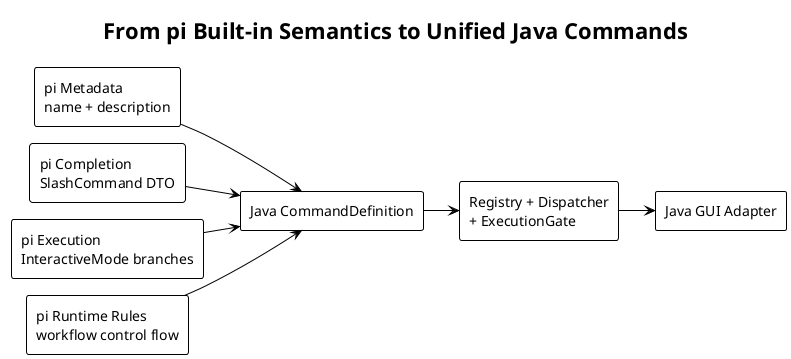
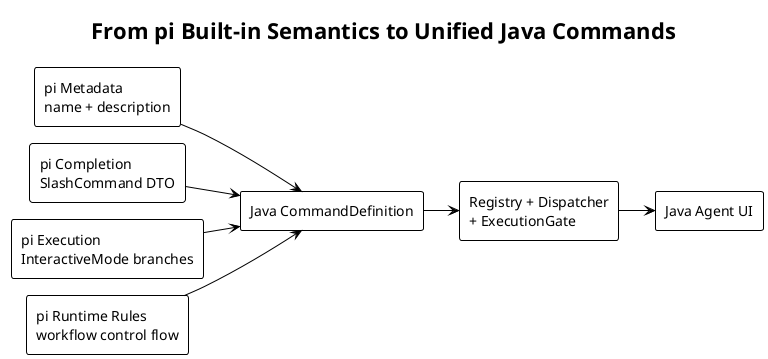
' Generated with PlantUML 1.2026.6
' Run from this directory: plantuml -tsvg diagram.puml

@startuml 01-source-to-target-overview
' pi source: packages/coding-agent/src/core/slash-commands.ts:13-40
' pi source: packages/coding-agent/src/modes/interactive/interactive-mode.ts:499-533,2541-2674
' Observed behavior: pi separates command metadata, completion, routing, and execution.
' Design reason: Java binds those concerns into one immutable command definition and one execution pipeline.
!theme plain
!pragma layout smetana
skinparam defaultFontName "SansSerif"
skinparam shadowing false
skinparam backgroundColor transparent
title From pi Built-in Semantics to Unified Java Commands

left to right direction
rectangle "pi Metadata\nname + description" as Metadata
rectangle "pi Completion\nSlashCommand DTO" as Completion
rectangle "pi Execution\nInteractiveMode branches" as Execution
rectangle "pi Runtime Rules\nworkflow control flow" as RuntimeRules
rectangle "Java CommandDefinition" as Definition
rectangle "Registry + Dispatcher\n+ ExecutionGate" as Core
- rectangle "Java GUI Adapter" as Clients
+ rectangle "Java Agent UI" as Clients

Metadata --> Definition
Completion --> Definition
Execution --> Definition
RuntimeRules --> Definition
Definition --> Core
Core --> Clients
@enduml

@startuml 02-pi-command-flow
' pi source: packages/coding-agent/src/core/slash-commands.ts:13-40
' pi source: packages/coding-agent/src/modes/interactive/interactive-mode.ts:499-570,2541-2715
' Observed behavior: Built-in metadata feeds completion while command strings select TUI workflows before ordinary prompt routing.
' Design reason: preserve the product order while making the split implementation visible.
!theme plain
!pragma layout smetana
skinparam defaultFontName "SansSerif"
skinparam shadowing false
skinparam backgroundColor transparent
title Current pi Built-in Command Flow

left to right direction
rectangle BUILTIN_SLASH_COMMANDS as Catalog
rectangle "Autocomplete Mapping" as Autocomplete
rectangle "Editor Submit" as Submit
rectangle "Command String Branches" as Branches
rectangle "Interactive Workflows" as Workflows
rectangle "Streaming and Compaction Routing" as RuntimeRouting
rectangle "Agent Prompt" as Agent

Catalog --> Autocomplete
Submit --> Branches
Branches --> Workflows : matched Built-in
Branches --> RuntimeRouting : not matched
RuntimeRouting --> Agent
@enduml

@startuml 03-target-architecture
' pi source: packages/coding-agent/src/modes/interactive/interactive-mode.ts:499-570,2541-2674
' Java source: frontend/src/App.vue:112-180
' Java source: frontend/src/chat/slashCommands.ts:13-122
' Java product constraint: all commands are implemented by trusted internal developers and installed once at startup.
' Java product constraint: GUI is the only target presentation surface.
' Design reason: use one command core behind GUI chat input, command palette, and buttons.
!theme plain
!pragma layout smetana
skinparam defaultFontName "SansSerif"
skinparam shadowing false
skinparam backgroundColor transparent
title Unified Java Command Architecture

top to bottom direction
package "Definition and Startup" {
  component CommandContributor as Contributor
  component CommandInstaller as Installer
  Contributor --> Installer
}

package "Command Core" {
  component CommandCatalogSnapshot as Snapshot
  component CommandParser as Parser
  component CommandDispatcher as Dispatcher
  component CommandExecutionGate as Gate
  component CommandCompletionService as Completion
  Parser --> Dispatcher
  Snapshot --> Dispatcher
  Dispatcher --> Gate
  Snapshot --> Completion
}

package "Command Implementation" {
  component CommandHandler as Handler
  component "Constructor-Injected\nApplication Services" as Services
  component "CommandInteraction\nand CommandOutput" as Ports
  Handler --> Services
  Handler --> Ports
  Gate --> Handler
}

- package "GUI Presentation" {
-   component "GUI Adapter" as GUI
+ package "Presentation" {
+   component "Agent UI" as GUI
  component "Chat Input" as ChatInput
  component "Command Palette\nand Buttons" as Actions
  component "Help View" as Help
  Completion --> GUI
  ChatInput --> GUI
  Actions --> GUI
  GUI --> Parser : text command
  GUI --> Dispatcher : structured invocation
  Snapshot --> Help
}

Installer --> Snapshot : publish once
@enduml

@startuml 04-unified-class-model
' pi source: packages/coding-agent/src/core/slash-commands.ts:13-40
' pi source: packages/coding-agent/src/modes/interactive/interactive-mode.ts:499-533,2541-2674
' Observed behavior: pi Built-in behavior consists of metadata, optional completion, workflow execution, and implicit runtime rules.
' Design reason: represent the complete Java command contract with one definition and no Built-in or Extension subtype.
' Java architecture change: shared and exclusive command concurrency is explicit because GUI entry points and async callbacks can overlap.
!theme plain
!pragma layout smetana
skinparam defaultFontName "SansSerif"
skinparam shadowing false
skinparam backgroundColor transparent
skinparam classAttributeIconSize 0
title Unified Java Command Class Model

interface CommandContributor {
  + commands(): List<CommandDefinition>
}

class CommandDefinition <<record>> {
  + String name
  + String description
  + CommandExecutionPolicy executionPolicy
  + Optional<CommandArgumentCompleter> argumentCompleter
  + CommandHandler handler
}

interface CommandHandler {
  + handle(invocation, context): CompletionStage<CommandExecutionResult>
}

interface CommandArgumentCompleter {
  + complete(prefix, context): CompletionStage<List<CommandCompletion>>
}

class CommandExecutionPolicy <<record>> {
  + CommandExecutionMode mode
  + CommandConcurrency concurrency
  + boolean userCancellable
  + Optional<Duration> timeout
}

enum CommandExecutionMode {
  IMMEDIATE
  REQUIRE_IDLE
  ABORT_AGENT_AND_RUN
  RUNTIME_TRANSITION
  SHUTDOWN
}

enum CommandConcurrency {
  SHARED
  EXCLUSIVE
}

note right of CommandConcurrency
  SHARED
  Can overlap with SHARED
  Conflicts with EXCLUSIVE

  EXCLUSIVE
  Conflicts with SHARED and EXCLUSIVE
  Only one holder
end note

class CommandInvocation <<record>> {
  + String rawInput
  + String name
  + String arguments
}

class CommandContext <<record>> {
  + CommandSession session
  + CommandInteraction interaction
  + CommandOutput output
  + CommandCancellation cancellation
}

class CommandExecutionResult <<record>> {
  + CommandOutcome outcome
  + Set<CommandRefreshHint> refreshHints
}

class CommandCatalogSnapshot <<immutable>>
class CommandInstaller
interface CommandRegistry
class CommandDispatcher
class CommandExecutionGate

CommandContributor "1" --> "1..*" CommandDefinition : declares
CommandDefinition "1" *-- "1" CommandExecutionPolicy
CommandDefinition "1" o-- "0..1" CommandArgumentCompleter
CommandDefinition "1" o-- "1" CommandHandler
CommandExecutionPolicy *-- CommandExecutionMode
CommandExecutionPolicy *-- CommandConcurrency
CommandInstaller ..> CommandContributor : collects
CommandInstaller --> CommandRegistry : installs once
CommandRegistry "1" *-- "1" CommandCatalogSnapshot
CommandCatalogSnapshot "1" *-- "1..*" CommandDefinition
CommandDispatcher --> CommandRegistry
CommandDispatcher --> CommandExecutionGate
CommandExecutionGate --> CommandExecutionPolicy
CommandDispatcher --> CommandHandler
CommandHandler ..> CommandInvocation
CommandHandler ..> CommandContext
CommandHandler ..> CommandExecutionResult
@enduml

@startuml 05-startup-installation
' pi source: packages/coding-agent/src/core/slash-commands.ts:18-40
' Java product constraint: the command set is static for one application process and has no dynamic command reload or unload.
' Design reason: validate a complete local candidate and publish exactly once, so failure needs no runtime rollback.
!theme plain
!pragma layout smetana
skinparam defaultFontName "SansSerif"
skinparam shadowing false
skinparam backgroundColor transparent
hide footbox
autonumber
title One-Time Command Installation

participant Spring as Spring
participant "Command Contributors" as Contributors
participant CommandInstaller as Installer
participant CommandRegistry as Registry

Spring -> Contributors : discover beans
Spring -> Installer : install(contributors)
Installer -> Contributors : collect definitions
Contributors --> Installer : command lists
Installer -> Installer : normalize optional completers
Installer -> Installer : validate fields and duplicate names
alt all definitions valid
  Installer -> Registry : publish immutable snapshot
  Registry --> Spring : startup ready
else invalid definition or conflict
  Installer --> Spring : fail startup with bean class diagnostics
  note over Registry
    Registry remains empty
    Startup reports the validation error
  end note
end
@enduml

@startuml 06-input-routing
' pi source: packages/coding-agent/src/modes/interactive/interactive-mode.ts:2541-2715
' pi source: packages/coding-agent/src/modes/rpc/rpc-types.ts:50-53
' pi source: packages/coding-agent/src/modes/rpc/rpc-mode.ts:548-559
' Java source: frontend/src/App.vue:112-180
' Java source: frontend/src/types/ws.ts:96-108
' Observed behavior: pi TUI parses Bash prefixes while pi RPC accepts a structured Bash request.
' Java product divergence: the GUI-only target has no Shell capability and does not parse Bash prefixes.
' Design reason: route GUI text through registered commands, Skills, and ordinary prompts only.
!theme plain
!pragma layout smetana
skinparam defaultFontName "SansSerif"
skinparam shadowing false
skinparam backgroundColor transparent
title Java GUI Input Routing

start
:GUI text input;
if (Registered command?) then (yes)
  :CommandDispatcher;
  :Return command result\nand finish input routing;
  stop
else (no)
  if (Skill Command?) then (yes)
    :Expand Skill;
  else (no)
    :Ordinary Prompt;
    ' Prompt Commands are intentionally unsupported.
    ' Unknown slash text remains ordinary prompt input.
    ' Future prompt assets use structured GUI actions.
    ' They do not participate in this text router.
  endif
  :Agent;
  stop
endif
@enduml

@startuml 07-dispatch-sequence
' pi source: packages/coding-agent/src/modes/interactive/interactive-mode.ts:2541-2674
' pi source: packages/coding-agent/src/core/agent-session.ts:1641-1645
' Java source: frontend/src/App.vue:142-180
' Design reason: centralize parsing, runtime admission, cancellation, failures, and refresh semantics for the Java GUI.
!theme plain
!pragma layout smetana
skinparam defaultFontName "SansSerif"
skinparam shadowing false
skinparam backgroundColor transparent
hide footbox
autonumber
title Unified Command Dispatch Sequence

actor User
- participant "GUI Adapter" as Client
+ participant "Agent UI" as Client
participant CommandParser as Parser
participant CommandDispatcher as Dispatcher
participant "Catalog Snapshot" as Catalog
participant CommandExecutionGate as Gate
participant CommandHandler as Handler

User -> Client : submit /reload
Client -> Parser : parse(rawInput)
Parser --> Client : CommandInvocation
Client -> Dispatcher : dispatch(invocation, context)
Dispatcher -> Catalog : find(name)
Catalog --> Dispatcher : CommandDefinition
Dispatcher -> Gate : acquire(policy, runtimeState)
alt execution admitted
  Gate -> Handler : handle(invocation, context)
  Handler --> Dispatcher : CommandExecutionResult
  Dispatcher --> Client : HANDLED + refreshHints
  Client -> Client : apply refresh hints
else runtime state rejects execution
  Gate --> Dispatcher : policy error code
  Dispatcher --> Client : FAILED + sanitized message
else handler fails
  Handler --> Dispatcher : exceptional completion
  Dispatcher --> Client : FAILED + correlationId
end
@enduml

@startuml 08-execution-modes
' pi source: packages/coding-agent/src/modes/interactive/interactive-mode.ts:2541-2674,5063-5071
' pi source: packages/coding-agent/src/core/agent-session.ts:1641-1645
' pi source: packages/coding-agent/src/core/agent-session-runtime.ts:167-175
' Observed behavior: pi commands use five distinct runtime control-flow patterns without a policy type.
' Design reason: a Java enum makes CommandExecutionGate exhaustive and prevents contradictory boolean combinations.
!theme plain
!pragma layout smetana
skinparam defaultFontName "SansSerif"
skinparam shadowing false
skinparam backgroundColor transparent
title Command Execution Modes Derived from pi

left to right direction
rectangle IMMEDIATE
rectangle REQUIRE_IDLE
rectangle ABORT_AGENT_AND_RUN
rectangle RUNTIME_TRANSITION
rectangle SHUTDOWN

rectangle "Run While Agent Active\nsession, hotkeys, copy" as Direct
rectangle "Idle Required\nreload" as Idle
rectangle "Abort Then Execute\ncompact" as Abort
rectangle "Replace Runtime\nnew, import, resume, fork, clone" as Transition
rectangle "Close Application\nquit" as Terminal

IMMEDIATE --> Direct
REQUIRE_IDLE --> Idle
ABORT_AGENT_AND_RUN --> Abort
RUNTIME_TRANSITION --> Transition
SHUTDOWN --> Terminal
@enduml

@startuml 09-completion-flow
' pi source: packages/coding-agent/src/modes/interactive/interactive-mode.ts:499-570
' Observed behavior: pi maps Built-in metadata into completion DTOs and attaches model argument completion separately.
' Java source: frontend/src/App.vue:112-140
' Design reason: Java binds optional argument completion to CommandDefinition and exposes one catalog to all GUI command views.
!theme plain
!pragma layout smetana
skinparam defaultFontName "SansSerif"
skinparam shadowing false
skinparam backgroundColor transparent
title Unified Command Completion Flow

left to right direction
rectangle CommandCatalogSnapshot as Catalog
rectangle "Command Name Filter" as NameFilter
rectangle "Resolved Command" as Resolved
rectangle CommandArgumentCompleter as Completer
rectangle "Completion Version Check" as VersionCheck
rectangle "GUI Slash Suggestions" as Suggestions
rectangle "GUI Command Palette" as Palette

Catalog --> NameFilter
NameFilter --> Suggestions : command-name stage
NameFilter --> Palette : command-name stage
Catalog --> Resolved : argument stage
Resolved --> Completer
Completer --> VersionCheck
VersionCheck --> Suggestions : latest request results
VersionCheck --> Palette : latest request results
@enduml

@startuml 10-client-adaptation
' pi source: packages/coding-agent/src/modes/interactive/interactive-mode.ts:2541-2674
' Java source: frontend/src/App.vue:142-180
' Java architecture change: Command handlers must not construct Vue, WebSocket, browser, or desktop-container components.
' Design reason: keep command behavior independent from GUI rendering and runtime capabilities.
!theme plain
!pragma layout smetana
skinparam defaultFontName "SansSerif"
skinparam shadowing false
skinparam backgroundColor transparent
- title GUI Command Adaptation
- 
- left to right direction
- component "GUI Adapter" as GUI
+ title Agent UI Command Interaction
+ 
+ left to right direction
+ component "Agent UI" as GUI
component CommandDispatcher as Dispatcher
component CommandHandler as Handler
component CommandInteraction as Interaction
component CommandOutput as Output
component CommandExecutionResult as Result
component "Application Services" as Services

GUI --> Dispatcher
Dispatcher --> Handler
Handler --> Interaction
Handler --> Output
Handler --> Services
Handler --> Result
Result --> GUI : apply refresh hints
@enduml

@startuml 11-new-command-development
' pi source: packages/coding-agent/src/core/slash-commands.ts:13-40
' Java target-only workflow: internal developers add commands through contributors instead of editing a central string router.
' Design reason: keep metadata, policy, completion, and execution together and make startup validation automatic.
!theme plain
!pragma layout smetana
skinparam defaultFontName "SansSerif"
skinparam shadowing false
skinparam backgroundColor transparent
title New Internal Command Development

left to right direction
rectangle "Application Service" as Service
rectangle "CommandHandler Bean" as Handler
rectangle "CommandDefinition" as Definition
rectangle "CommandContributor Bean" as Contributor
rectangle "Startup Validation" as Validation
rectangle "Command Catalog" as Catalog
rectangle "Java GUI" as Clients

Service --> Handler : constructor injection
Handler --> Definition
Definition --> Contributor
Contributor --> Validation
Validation --> Catalog
Catalog --> Clients
@enduml

@startuml 12-migration-path
' pi source: packages/coding-agent/src/modes/interactive/interactive-mode.ts:2541-2674
' Java current-state migration: old command classes and client-side command-name branches must move one command at a time.
' Design reason: preserve one complete execution path and prevent duplicate execution during migration.
!theme plain
!pragma layout smetana
skinparam defaultFontName "SansSerif"
skinparam shadowing false
skinparam backgroundColor transparent
title Unified Command Migration Path

left to right direction
rectangle "M1\nDefinition + Parser + Snapshot" as M1
rectangle "M2\nInstaller + Dispatcher + Gate" as M2
rectangle "M3\nCatalog Completion + Help" as M3
rectangle "M4\nInteraction + Output + Refresh" as M4
rectangle "M5\nRuntime Transition Workflows" as M5
rectangle "M6\nRemove Frontend Registry and Switch" as M6

M1 --> M2
M2 --> M3
M3 --> M4
M4 --> M5
M5 --> M6
@enduml

@startuml 13-test-strategy
' pi source: packages/coding-agent/src/core/slash-commands.ts:18-40
' Java test strategy: exact catalog and policy contracts replace count-only or client-specific command tests.
' Design reason: concentrate deterministic behavior in unit tests and keep only a small number of client integration tests.
!theme plain
!pragma layout smetana
skinparam defaultFontName "SansSerif"
skinparam shadowing false
skinparam backgroundColor transparent
title Unified Command Test Strategy

rectangle "Unit Tests\nDefinition, Parser, Gate, Dispatcher" as Unit
rectangle "Catalog Contract Tests\nNames, Order, Policies, Conflicts" as Contract
rectangle "Handler Tests\nFake Services and Ports" as Handler
rectangle "GUI Integration Tests\nInput, Palette, and Buttons" as Integration
rectangle "Interactive Acceptance\nCompletion, Execution, Refresh" as Acceptance

Unit --> Contract
Contract --> Handler
Handler --> Integration
Integration --> Acceptance
@enduml
